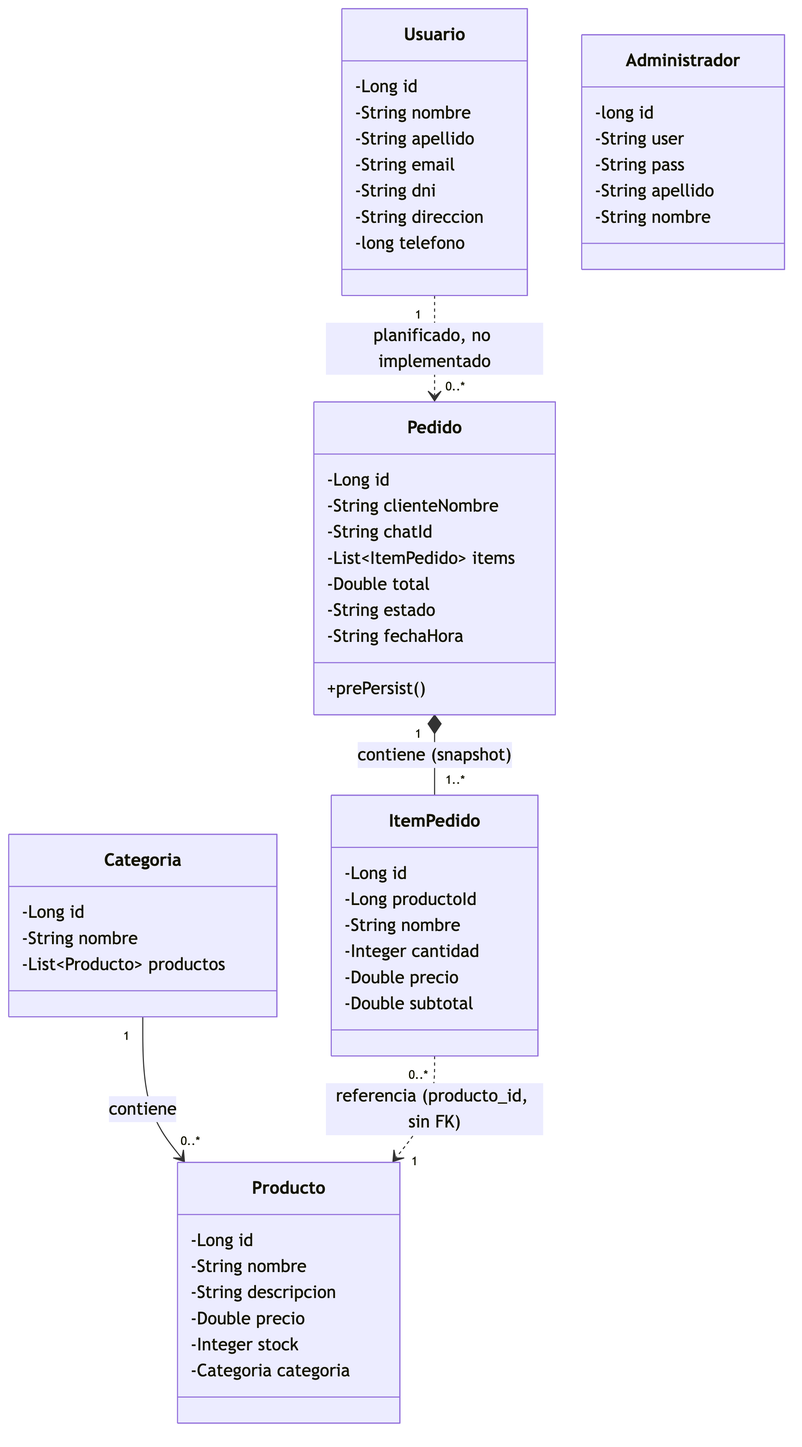
Above: docs/diagramas/diagrama_clases.png in marianovidela1988-svg/integrador_final (Mermaid), before the change. Its source is kept beside it as docs/diagramas/diagrama_clases.mmd. Source of this version:
```mermaid
classDiagram
    class Categoria {
        -Long id
        -String nombre
        -List~Producto~ productos
    }

    class Producto {
        -Long id
        -String nombre
        -String descripcion
        -Double precio
        -Integer stock
        -Categoria categoria
    }

    class Pedido {
        -Long id
        -String clienteNombre
        -String chatId
        -List~ItemPedido~ items
        -Double total
        -String estado
        -String fechaHora
        +prePersist()
    }

    class ItemPedido {
        -Long id
        -Long productoId
        -String nombre
        -Integer cantidad
        -Double precio
        -Double subtotal
    }

    class Usuario {
        -Long id
        -String nombre
        -String apellido
        -String email
        -String dni
        -String direccion
        -long telefono
    }

    class Administrador {
        -long id
        -String user
        -String pass
        -String apellido
        -String nombre
    }

    Categoria "1" --> "0..*" Producto : contiene
    Pedido "1" *-- "1..*" ItemPedido : contiene (snapshot)
    ItemPedido "0..*" ..> "1" Producto : referencia (producto_id, sin FK)
    Usuario "1" ..> "0..*" Pedido : planificado, no implementado
```
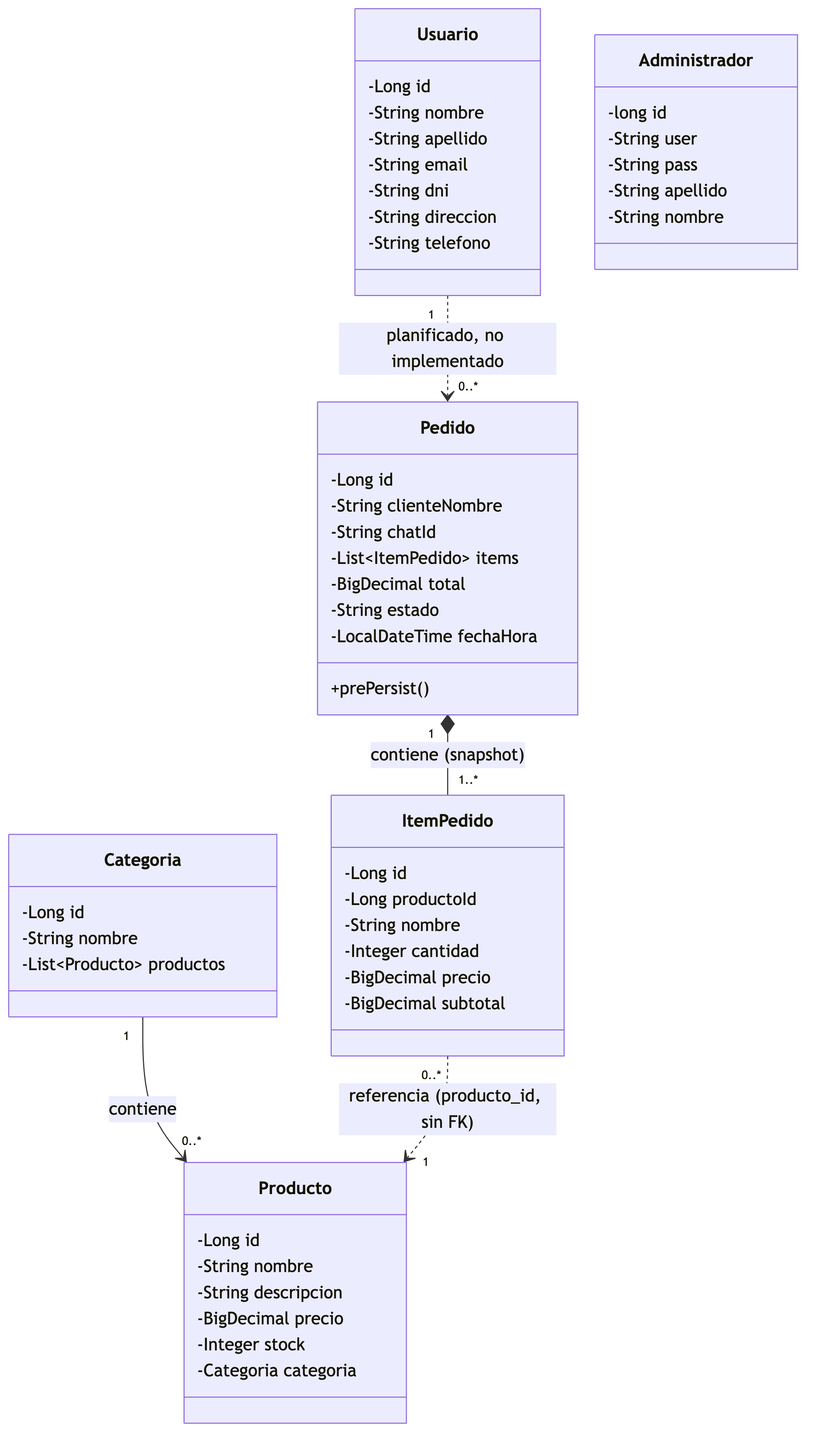
The same file after the commit.

Change to the diagram source:
```diff
@@ -9,7 +9,7 @@
         -Long id
         -String nombre
         -String descripcion
-        -Double precio
+        -BigDecimal precio
         -Integer stock
         -Categoria categoria
     }
@@ -19,9 +19,9 @@
         -String clienteNombre
         -String chatId
         -List~ItemPedido~ items
-        -Double total
+        -BigDecimal total
         -String estado
-        -String fechaHora
+        -LocalDateTime fechaHora
         +prePersist()
     }
 
@@ -30,8 +30,8 @@
         -Long productoId
         -String nombre
         -Integer cantidad
-        -Double precio
-        -Double subtotal
+        -BigDecimal precio
+        -BigDecimal subtotal
     }
 
     class Usuario {
@@ -41,7 +41,7 @@
         -String email
         -String dni
         -String direccion
-        -long telefono
+        -String telefono
     }
 
     class Administrador {
```
